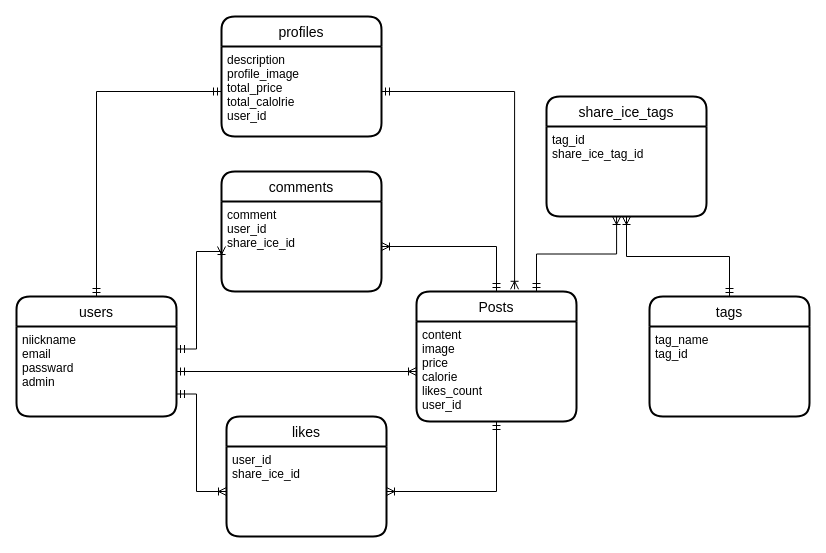
Above: ER図.dio in hakanaidomu/share_ice (draw.io), before the change. Source tidied: cells renumbered, new cells numbered last; positions are measured from the earlier drawing's top-left corner, leaving out a move shared by most shapes. Both pictures are drawn from the tidied source at 100%, with x=0, y=0 at pixel (16, 16).
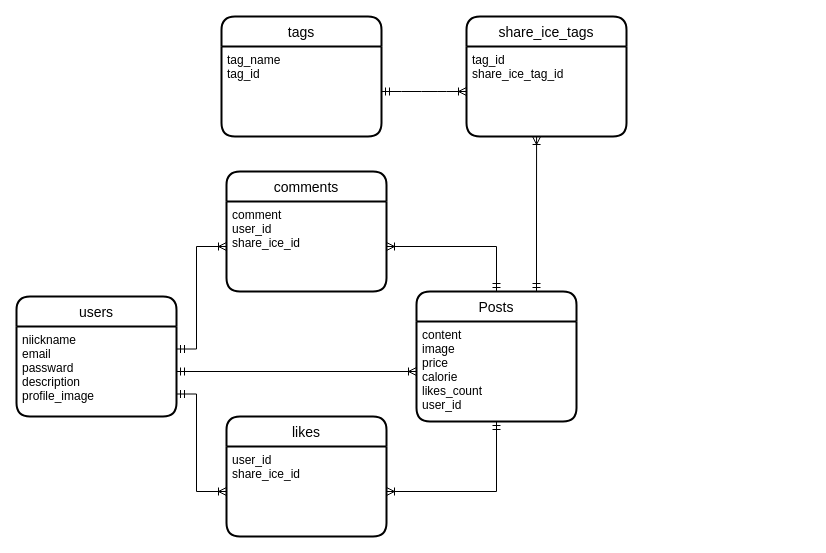
The same page after the edit.

The change refers to these unchanged cells:
```xml
<mxCell id="3" value="users" style="swimlane;horizontal=1;startSize=30;rounded=1;fontSize=14;fontStyle=0;strokeWidth=2;shadow=0;dashed=0;align=center;" parent="1" vertex="1">
  <mxGeometry y="280" width="160" height="120" as="geometry" />
</mxCell>
<mxCell id="8" value="Posts" style="swimlane;horizontal=1;startSize=30;rounded=1;fontSize=14;fontStyle=0;strokeWidth=2;shadow=0;dashed=0;align=center;" parent="1" vertex="1">
  <mxGeometry x="400" y="275" width="160" height="130" as="geometry" />
</mxCell>
<mxCell id="11" value="comment&#10;user_id&#10;share_ice_id" style="align=left;strokeColor=none;fillColor=none;spacingLeft=4;fontSize=12;verticalAlign=top;" parent="10" vertex="1">
  <mxGeometry y="30" width="160" height="90" as="geometry" />
</mxCell>
<mxCell id="18" value="tag_name&#10;tag_id" style="align=left;strokeColor=none;fillColor=none;spacingLeft=4;fontSize=12;verticalAlign=top;" parent="17" vertex="1">
  <mxGeometry y="30" width="160" height="90" as="geometry" />
</mxCell>
<mxCell id="20" value="tag_id&#10;share_ice_tag_id&#10;" style="align=left;strokeColor=none;fillColor=none;spacingLeft=4;fontSize=12;verticalAlign=top;" parent="19" vertex="1">
  <mxGeometry y="30" width="160" height="90" as="geometry" />
</mxCell>
```

What changed in the source:
```diff
@@
-    <mxCell id="2" style="edgeStyle=orthogonalEdgeStyle;rounded=0;jettySize=auto;html=1;exitX=0.5;exitY=0;exitDx=0;exitDy=0;entryX=0;entryY=0.5;entryDx=0;entryDy=0;endArrow=ERmandOne;endFill=0;startArrow=ERmandOne;startFill=0;" parent="1" edge="1" source="3" target="6">
-      <mxGeometry relative="1" as="geometry" />
-    </mxCell>
@@
-    <mxCell id="4" value="niickname&#10;email&#10;passward&#10;admin" style="align=left;strokeColor=none;fillColor=none;spacingLeft=4;fontSize=12;verticalAlign=top;" parent="3" vertex="1">
+    <mxCell id="4" value="niickname&#10;email&#10;passward&#10;description&#10;profile_image" style="align=left;strokeColor=none;fillColor=none;spacingLeft=4;fontSize=12;verticalAlign=top;" parent="3" vertex="1">
       <mxGeometry y="30" width="160" height="90" as="geometry" />
     </mxCell>
-    <mxCell id="5" value="profiles" style="swimlane;horizontal=1;startSize=30;rounded=1;fontSize=14;fontStyle=0;strokeWidth=2;shadow=0;dashed=0;align=center;" parent="1" vertex="1">
-      <mxGeometry x="205" width="160" height="120" as="geometry" />
-    </mxCell>
-    <mxCell id="6" value="description&#10;profile_image&#10;total_price&#10;total_calolrie&#10;user_id" style="align=left;strokeColor=none;fillColor=none;spacingLeft=4;fontSize=12;verticalAlign=top;" parent="5" vertex="1">
-      <mxGeometry y="30" width="160" height="90" as="geometry" />
-    </mxCell>
@@
     <mxCell id="10" value="comments" style="swimlane;horizontal=1;startSize=30;rounded=1;fontSize=14;fontStyle=0;strokeWidth=2;shadow=0;dashed=0;align=center;" parent="1" vertex="1">
-      <mxGeometry x="205" y="155" width="160" height="120" as="geometry" />
+      <mxGeometry x="210" y="155" width="160" height="120" as="geometry" />
     </mxCell>
@@
     <mxCell id="14" style="edgeStyle=orthogonalEdgeStyle;rounded=0;jettySize=auto;html=1;exitX=1;exitY=0.25;exitDx=0;exitDy=0;entryX=0;entryY=0.5;entryDx=0;entryDy=0;endArrow=ERoneToMany;endFill=0;startArrow=ERmandOne;startFill=0;" parent="1" edge="1" source="4" target="11">
       <mxGeometry relative="1" as="geometry">
         <Array as="points">
           <mxPoint x="180" y="333" />
-          <mxPoint x="180" y="235" />
+          <mxPoint x="180" y="230" />
         </Array>
       </mxGeometry>
     </mxCell>
@@
     <mxCell id="17" value="tags" style="swimlane;horizontal=1;startSize=30;rounded=1;fontSize=14;fontStyle=0;strokeWidth=2;shadow=0;dashed=0;align=center;" parent="1" vertex="1">
-      <mxGeometry x="633" y="280" width="160" height="120" as="geometry" />
+      <mxGeometry x="205" width="160" height="120" as="geometry" />
     </mxCell>
@@
     <mxCell id="19" value="share_ice_tags" style="swimlane;horizontal=1;startSize=30;rounded=1;fontSize=14;fontStyle=0;strokeWidth=2;shadow=0;dashed=0;align=center;" parent="1" vertex="1">
-      <mxGeometry x="530" y="80" width="160" height="120" as="geometry" />
+      <mxGeometry x="450" width="160" height="120" as="geometry" />
     </mxCell>
@@
-    <mxCell id="21" style="edgeStyle=orthogonalEdgeStyle;rounded=0;jettySize=auto;html=1;exitX=0.5;exitY=1;exitDx=0;exitDy=0;entryX=0.5;entryY=0;entryDx=0;entryDy=0;endArrow=ERmandOne;endFill=0;startArrow=ERoneToMany;startFill=0;" parent="1" edge="1" source="20" target="17">
-      <mxGeometry relative="1" as="geometry" />
-    </mxCell>
@@
-    <mxCell id="23" style="edgeStyle=orthogonalEdgeStyle;rounded=0;jettySize=auto;html=1;exitX=1;exitY=0.5;exitDx=0;exitDy=0;entryX=0.613;entryY=-0.017;entryDx=0;entryDy=0;entryPerimeter=0;startArrow=ERmandOne;startFill=0;endArrow=ERoneToMany;endFill=0;" parent="1" edge="1" source="6" target="8">
-      <mxGeometry relative="1" as="geometry" />
-    </mxCell>
@@
+    <mxCell id="25" style="edgeStyle=entityRelationEdgeStyle;fontSize=12;html=1;endArrow=ERoneToMany;entryX=0;entryY=0.5;entryDx=0;entryDy=0;exitX=1;exitY=0.5;exitDx=0;exitDy=0;startArrow=ERmandOne;startFill=0;" parent="1" edge="1" source="18" target="20">
+      <mxGeometry relative="1" as="geometry" />
+    </mxCell>
```
